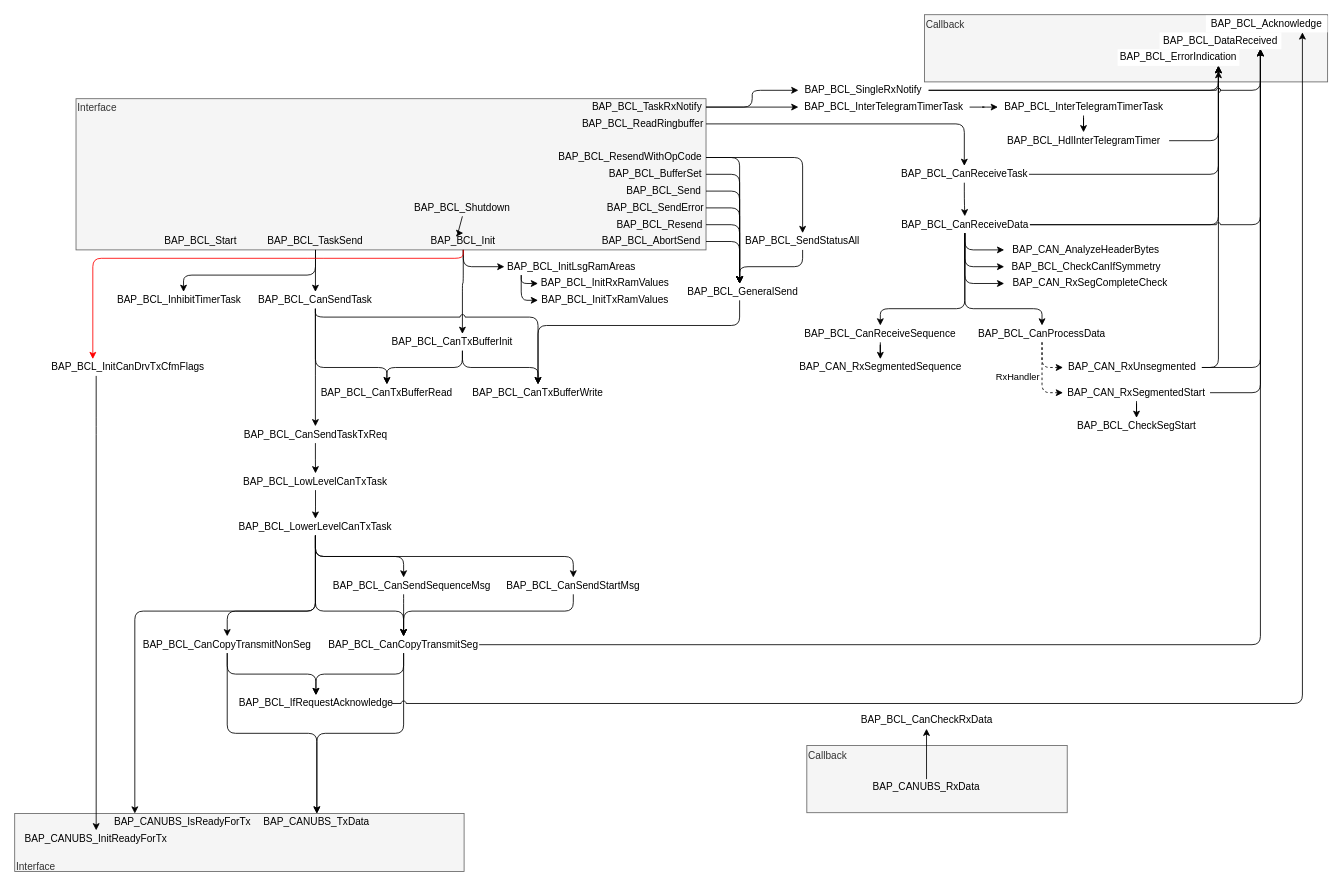
danielroehrborn/flow-design-cheatsheet keeps this draw.io diagram as Untitled Diagram.drawio. Above is the earlier version. Source tidied: cells renumbered, new cells numbered last; positions are measured from the earlier drawing's top-left corner, leaving out a move shared by most shapes. Both pictures are drawn from the tidied source at 84%, with x=0, y=0 at pixel (14, 14).
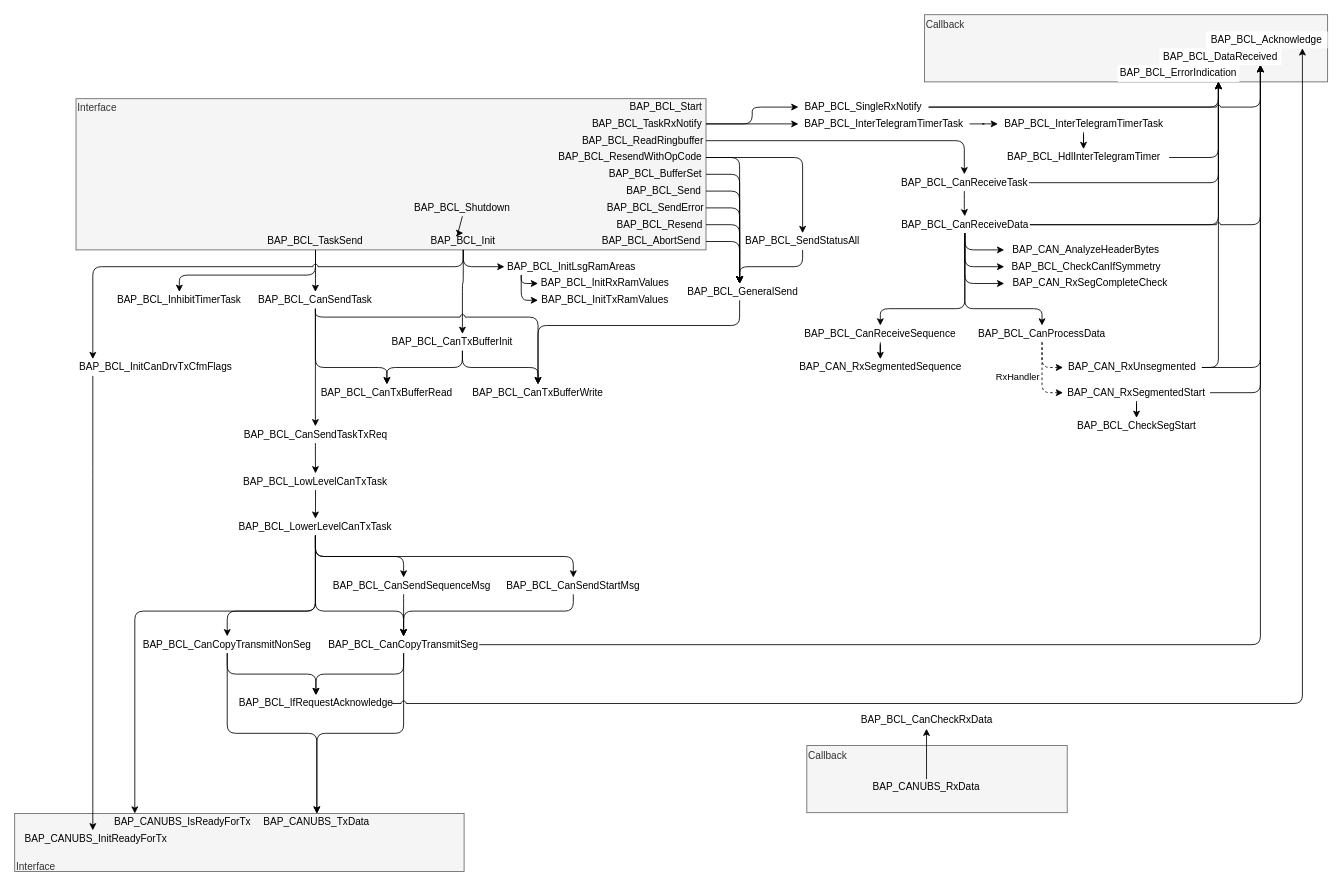
The same page after the edit.

Unchanged cells that the change refers to:
```xml
<mxCell id="7" value="BAP_BCL_TaskSend" style="rounded=0;whiteSpace=wrap;html=1;strokeColor=none;fillColor=none;" parent="1" vertex="1">
  <mxGeometry x="298.1" y="260" width="120" height="20" as="geometry" />
</mxCell>
<mxCell id="20" value="BAP_BCL_Init" style="rounded=0;whiteSpace=wrap;html=1;strokeColor=none;fillColor=none;" parent="1" vertex="1">
  <mxGeometry x="483" y="260" width="102" height="20" as="geometry" />
</mxCell>
<mxCell id="56" value="BAP_BCL_CanSendTask" style="rounded=0;whiteSpace=wrap;html=1;strokeColor=none;fillColor=none;" parent="1" vertex="1">
  <mxGeometry x="289.2" y="330" width="137.5" height="20" as="geometry" />
</mxCell>
<mxCell id="109" value="BAP_CANUBS_InitReadyForTx" style="rounded=0;whiteSpace=wrap;html=1;strokeColor=none;fillColor=none;" parent="1" vertex="1">
  <mxGeometry x="13" y="971" width="167.5" height="20" as="geometry" />
</mxCell>
<mxCell id="110" value="BAP_BCL_InhibitTimerTask" style="rounded=0;whiteSpace=wrap;html=1;strokeColor=none;fillColor=none;" parent="1" vertex="1">
  <mxGeometry x="115.5" y="330" width="160" height="20" as="geometry" />
</mxCell>
```

Change to the diagram source:
```diff
@@
-    <mxCell id="5" style="edgeStyle=orthogonalEdgeStyle;rounded=0;jettySize=auto;html=1;jumpStyle=arc;" parent="1" edge="1" source="7" target="56">
+    <mxCell id="5" style="edgeStyle=orthogonalEdgeStyle;jumpStyle=none;jumpSize=6;jettySize=auto;html=1;" parent="1" edge="1" source="7" target="56">
       <mxGeometry relative="1" as="geometry" />
     </mxCell>
-    <mxCell id="6" style="edgeStyle=orthogonalEdgeStyle;rounded=1;jumpStyle=arc;jettySize=auto;html=1;strokeWidth=1;" parent="1" edge="1" source="7" target="110">
-      <mxGeometry relative="1" as="geometry">
-        <Array as="points">
-          <mxPoint x="358" y="310" />
-          <mxPoint x="201" y="310" />
-        </Array>
-      </mxGeometry>
-    </mxCell>
@@
     <mxCell id="14" value="BAP_BCL_ReadRingbuffer" style="rounded=0;whiteSpace=wrap;html=1;strokeColor=none;fillColor=none;" parent="1" vertex="1">
-      <mxGeometry x="673" y="120" width="150" height="20" as="geometry" />
+      <mxGeometry x="673" y="140" width="150" height="20" as="geometry" />
     </mxCell>
@@
-    <mxCell id="19" style="edgeStyle=orthogonalEdgeStyle;rounded=1;sketch=0;jumpStyle=arc;jumpSize=14;jettySize=auto;html=1;shadow=0;strokeWidth=1;strokeColor=#FF0000;" parent="1" edge="1" source="20" target="42">
+    <mxCell id="19" style="edgeStyle=orthogonalEdgeStyle;jumpStyle=arc;jumpSize=6;jettySize=auto;html=1;" parent="1" edge="1" source="20" target="42">
       <mxGeometry relative="1" as="geometry">
         <Array as="points">
-          <mxPoint x="534" y="290" />
-          <mxPoint x="93" y="290" />
+          <mxPoint x="534" y="300" />
+          <mxPoint x="93" y="300" />
         </Array>
       </mxGeometry>
     </mxCell>
@@
     <mxCell id="21" value="BAP_BCL_Start" style="rounded=0;whiteSpace=wrap;html=1;strokeColor=none;fillColor=none;" parent="1" vertex="1">
-      <mxGeometry x="173.6" y="260" width="95" height="20" as="geometry" />
+      <mxGeometry x="728" y="100" width="95" height="20" as="geometry" />
     </mxCell>
@@
     <mxCell id="24" value="BAP_BCL_TaskRxNotify" style="rounded=0;whiteSpace=wrap;html=1;strokeColor=none;fillColor=none;" parent="1" vertex="1">
-      <mxGeometry x="683" y="100" width="140" height="20" as="geometry" />
+      <mxGeometry x="683" y="120" width="140" height="20" as="geometry" />
     </mxCell>
@@
     <mxCell id="31" style="edgeStyle=orthogonalEdgeStyle;rounded=1;jettySize=auto;html=1;" parent="1" edge="1" source="93" target="81">
       <mxGeometry relative="1" as="geometry">
         <Array as="points">
-          <mxPoint x="1433" y="190" />
+          <mxPoint x="1433" y="200" />
         </Array>
       </mxGeometry>
     </mxCell>
@@
     <mxCell id="37" value="BAP_BCL_InterTelegramTimerTask" style="rounded=0;whiteSpace=wrap;html=1;strokeColor=none;fillColor=none;" parent="1" vertex="1">
-      <mxGeometry x="933" y="100" width="203.8" height="20" as="geometry" />
+      <mxGeometry x="933" y="120" width="203.8" height="20" as="geometry" />
     </mxCell>
     <mxCell id="38" style="edgeStyle=orthogonalEdgeStyle;rounded=1;jettySize=auto;html=1;jumpStyle=arc;jumpSize=5;" parent="1" edge="1" source="40" target="82">
       <mxGeometry relative="1" as="geometry">
         <Array as="points">
-          <mxPoint x="1483" y="90" />
+          <mxPoint x="1483" y="110" />
         </Array>
       </mxGeometry>
     </mxCell>
     <mxCell id="39" style="edgeStyle=orthogonalEdgeStyle;rounded=1;jettySize=auto;html=1;" parent="1" edge="1" source="40" target="81">
       <mxGeometry relative="1" as="geometry">
         <Array as="points">
-          <mxPoint x="1433" y="90" />
+          <mxPoint x="1433" y="110" />
         </Array>
       </mxGeometry>
     </mxCell>
     <mxCell id="40" value="BAP_BCL_SingleRxNotify" style="rounded=0;whiteSpace=wrap;html=1;strokeColor=none;fillColor=none;" parent="1" vertex="1">
-      <mxGeometry x="933" y="80" width="155" height="20" as="geometry" />
+      <mxGeometry x="933" y="100" width="155" height="20" as="geometry" />
     </mxCell>
     <mxCell id="41" style="edgeStyle=orthogonalEdgeStyle;rounded=1;jettySize=auto;html=1;" parent="1" edge="1" source="42" target="109">
       <mxGeometry relative="1" as="geometry">
         <Array as="points">
-          <mxPoint x="97" y="490" />
-          <mxPoint x="97" y="490" />
+          <mxPoint x="93" y="550" />
+          <mxPoint x="93" y="550" />
         </Array>
       </mxGeometry>
     </mxCell>
     <mxCell id="42" value="BAP_BCL_InitCanDrvTxCfmFlags" style="rounded=0;whiteSpace=wrap;html=1;strokeColor=none;fillColor=none;" parent="1" vertex="1">
-      <mxGeometry x="40" y="410" width="190" height="20" as="geometry" />
+      <mxGeometry x="73" y="410" width="190" height="20" as="geometry" />
     </mxCell>
@@
     <mxCell id="81" value="BAP_BCL_ErrorIndication" style="rounded=0;whiteSpace=wrap;html=1;strokeColor=none;" parent="1" vertex="1">
-      <mxGeometry x="1313" y="41" width="145" height="20" as="geometry" />
+      <mxGeometry x="1313" y="60" width="145" height="20" as="geometry" />
     </mxCell>
     <mxCell id="82" value="BAP_BCL_DataReceived" style="rounded=0;whiteSpace=wrap;html=1;strokeColor=none;" parent="1" vertex="1">
-      <mxGeometry x="1363" y="21" width="145" height="20" as="geometry" />
+      <mxGeometry x="1363" y="40" width="145" height="20" as="geometry" />
     </mxCell>
     <mxCell id="83" value="BAP_BCL_Acknowledge" style="rounded=0;whiteSpace=wrap;html=1;strokeColor=none;" parent="1" vertex="1">
-      <mxGeometry x="1418" y="1" width="145" height="20" as="geometry" />
+      <mxGeometry x="1418" y="20" width="145" height="20" as="geometry" />
     </mxCell>
@@
     <mxCell id="93" value="BAP_BCL_CanReceiveTask" style="rounded=0;whiteSpace=wrap;html=1;strokeColor=none;fillColor=none;" parent="1" vertex="1">
-      <mxGeometry x="1053.6" y="180" width="153.8" height="20" as="geometry" />
+      <mxGeometry x="1053.6" y="190" width="153.8" height="20" as="geometry" />
     </mxCell>
@@
     <mxCell id="118" value="BAP_BCL_InterTelegramTimerTask" style="rounded=0;whiteSpace=wrap;html=1;strokeColor=none;fillColor=none;" parent="1" vertex="1">
-      <mxGeometry x="1170.5" y="100" width="203.8" height="20" as="geometry" />
+      <mxGeometry x="1170.5" y="120" width="203.8" height="20" as="geometry" />
     </mxCell>
@@
-    <mxCell id="122" style="edgeStyle=orthogonalEdgeStyle;jumpStyle=arc;jumpSize=5;jettySize=auto;html=1;entryX=0.828;entryY=1.3;entryDx=0;entryDy=0;entryPerimeter=0;" parent="1" edge="1" source="123" target="81">
+    <mxCell id="122" style="edgeStyle=orthogonalEdgeStyle;jumpStyle=none;jumpSize=5;jettySize=auto;html=1;" parent="1" edge="1" source="123" target="81">
       <mxGeometry relative="1" as="geometry">
         <Array as="points">
-          <mxPoint x="1433" y="150" />
+          <mxPoint x="1433" y="170" />
         </Array>
       </mxGeometry>
     </mxCell>
     <mxCell id="123" value="BAP_BCL_HdlInterTelegramTimer" style="rounded=0;whiteSpace=wrap;html=1;strokeColor=none;fillColor=none;" parent="1" vertex="1">
-      <mxGeometry x="1170.5" y="140" width="203.8" height="20" as="geometry" />
+      <mxGeometry x="1170.5" y="160" width="203.8" height="20" as="geometry" />
     </mxCell>
+    <mxCell id="6" style="edgeStyle=orthogonalEdgeStyle;jumpStyle=none;jumpSize=6;jettySize=auto;html=1;" parent="1" edge="1" source="7" target="110">
+      <mxGeometry relative="1" as="geometry">
+        <Array as="points">
+          <mxPoint x="358" y="310" />
+          <mxPoint x="196" y="310" />
+        </Array>
+      </mxGeometry>
+    </mxCell>
```
